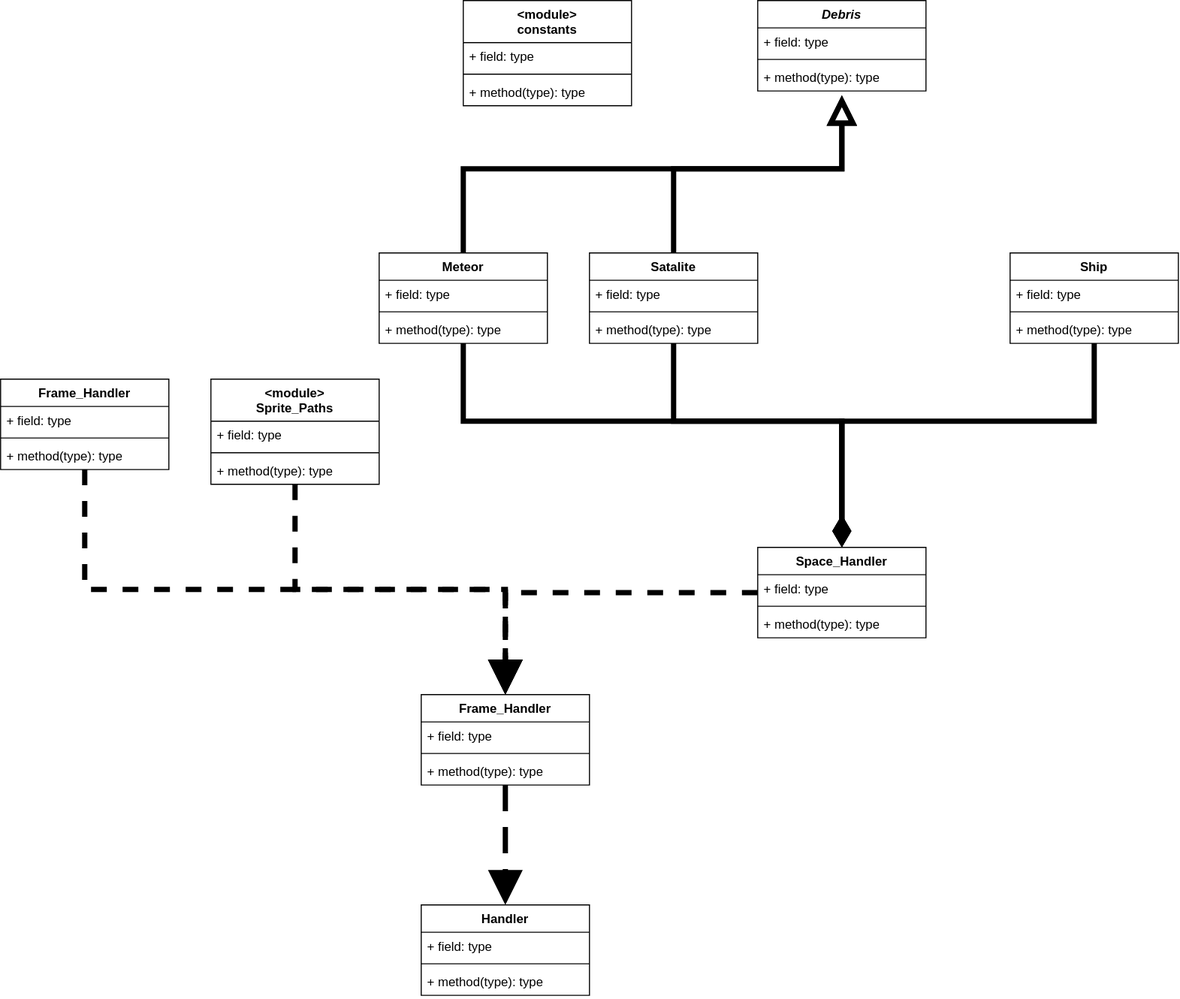
This is UML.drawio.svg from CodyPassino/Space-Janitor, a draw.io export, as it was before one commit. Source tidied: cells renumbered, new cells last; positions are measured from the earlier drawing's top-left corner, leaving out a move shared by most shapes.
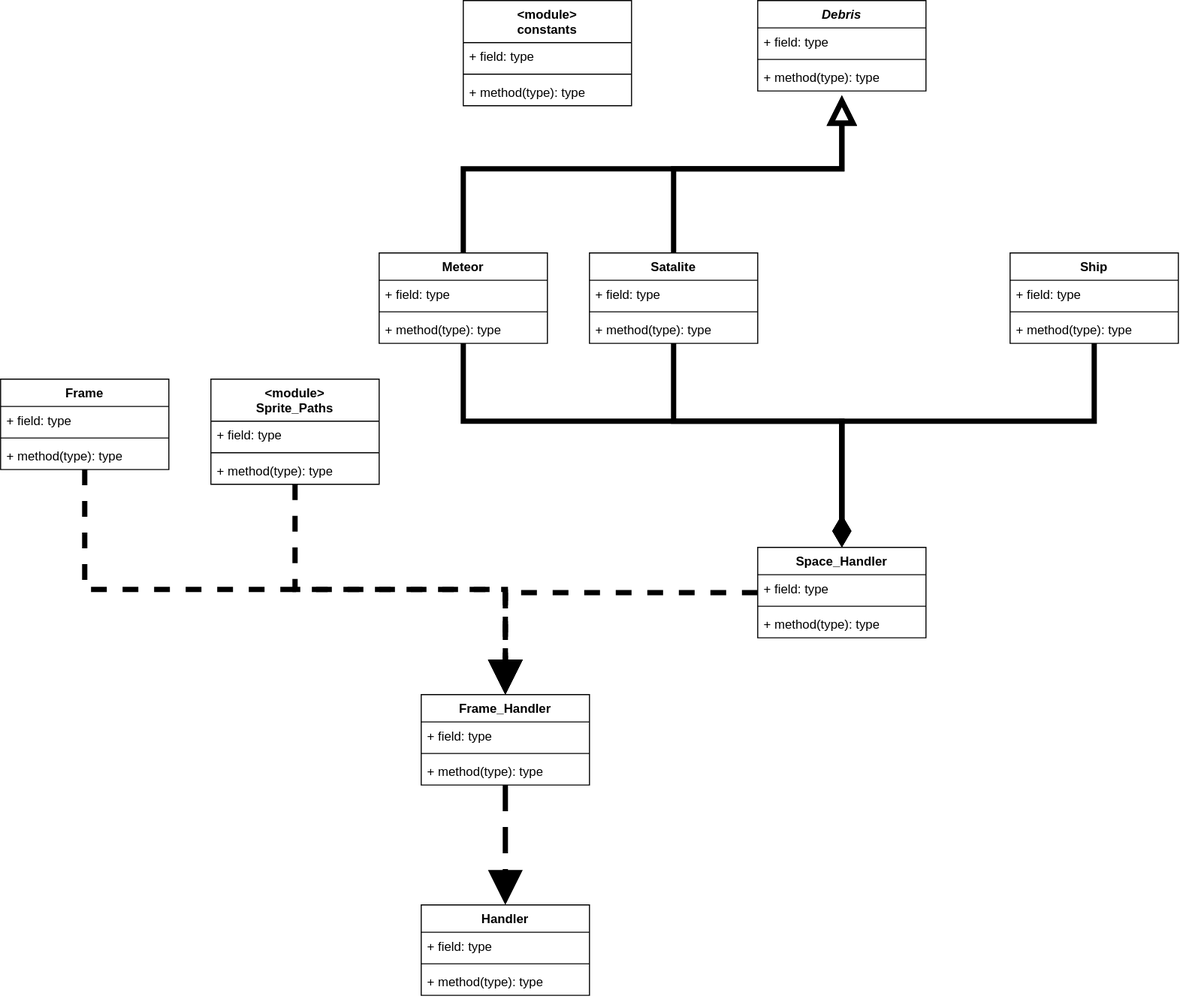
Later version of the same file.

The edit, as a diff of the source:
```diff
@@ -162,7 +162,7 @@
         </Array>
       </mxGeometry>
     </mxCell>
-    <mxCell id="43" value="Frame_Handler" style="swimlane;fontStyle=1;align=center;verticalAlign=top;horizontal=1;startSize=26;whiteSpace=wrap;html=1;" parent="1" vertex="1">
+    <mxCell id="43" value="Frame" style="swimlane;fontStyle=1;align=center;verticalAlign=top;horizontal=1;startSize=26;whiteSpace=wrap;html=1;" parent="1" vertex="1">
       <mxGeometry y="360" width="160" height="86" as="geometry" />
     </mxCell>
     <mxCell id="44" value="+ field: type" style="text;strokeColor=none;fillColor=none;align=left;verticalAlign=top;spacingLeft=4;spacingRight=4;overflow=hidden;whiteSpace=wrap;html=1;" parent="43" vertex="1">
```
